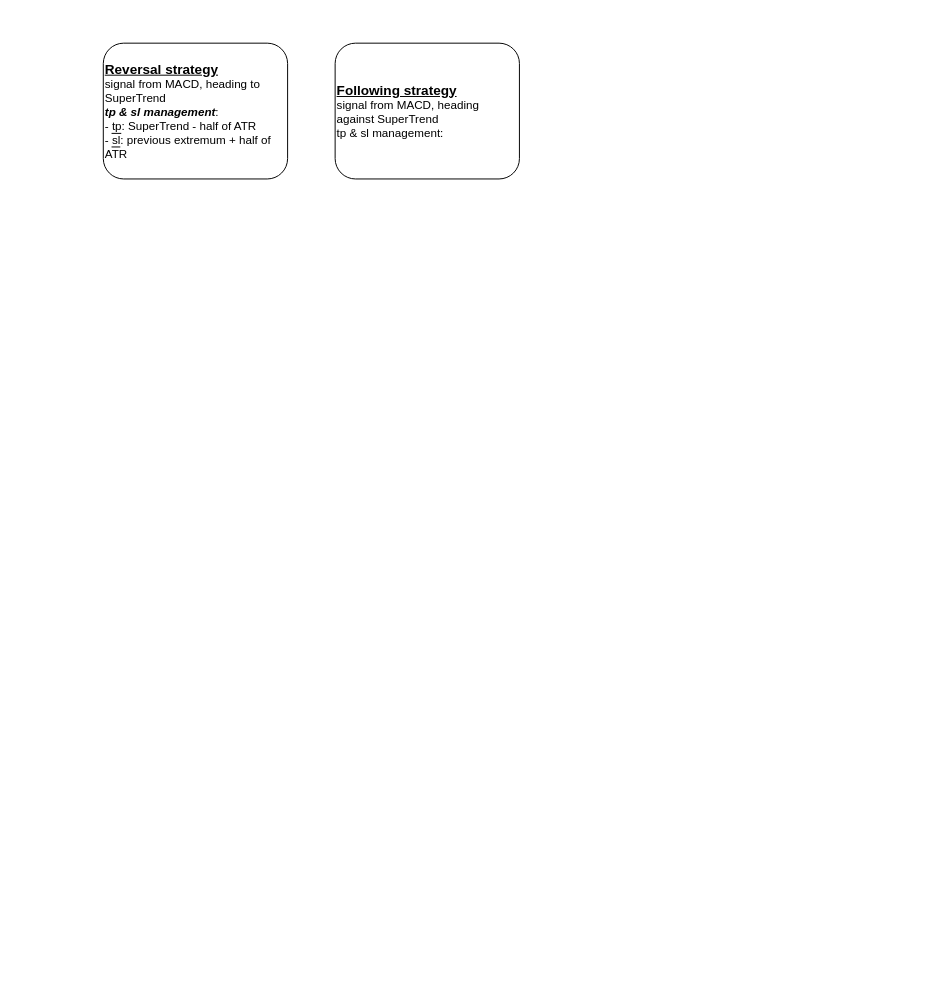
This is Untitled Diagram.drawio from Nazarka99/backtesting-visualisation, a draw.io file, before an edit. Source tidied: cells renumbered, new cells numbered last; positions are measured from the earlier drawing's top-left corner, leaving out a move shared by most shapes. Both pictures are drawn from the tidied source at 97%, with x=0, y=0 at pixel (103, 43).
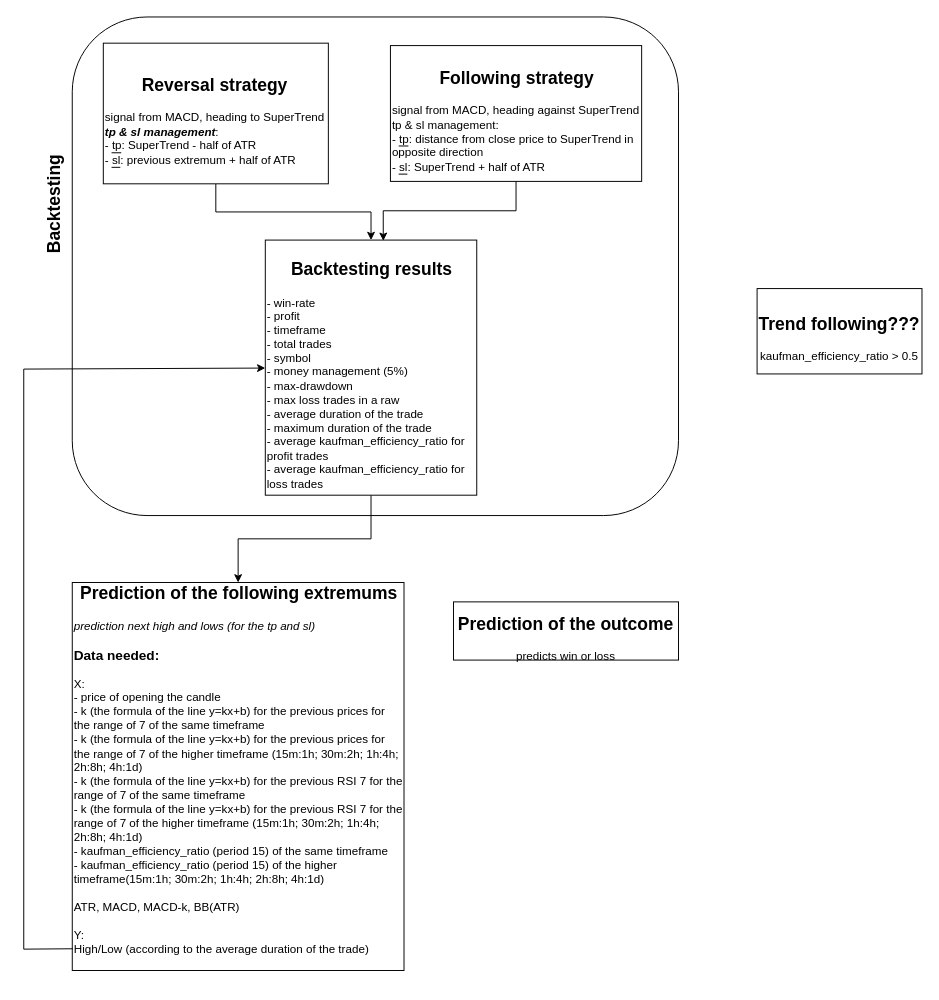
The same diagram, later.

The edit, as a diff of the source:
```diff
@@
 <mxGraphModel>
   <root>
     <mxCell id="0" />
     <mxCell id="1" parent="0" />
+    <mxCell id="4" value="&lt;h2&gt;Backtesting&lt;/h2&gt;" style="text;html=1;align=center;verticalAlign=middle;whiteSpace=wrap;rounded=0;rotation=-90;" parent="1" vertex="1">
+      <mxGeometry x="-112" y="151" width="124" height="30" as="geometry" />
+    </mxCell>
+    <mxCell id="5" value="&lt;h2 style=&quot;text-align: center;&quot;&gt;Prediction of the following extremums&lt;/h2&gt;&lt;div&gt;&lt;i&gt;prediction next high and lows (for the tp and sl)&lt;/i&gt;&lt;/div&gt;&lt;h3&gt;Data needed:&lt;/h3&gt;&lt;div&gt;X:&lt;/div&gt;&lt;div&gt;- price of opening the candle&lt;/div&gt;&lt;div&gt;- k (the formula of the line y=kx+b) for the previous prices for the range of 7 of the same timeframe&lt;/div&gt;&lt;div&gt;-&lt;span style=&quot;background-color: initial;&quot;&gt;&amp;nbsp;k (the formula of the line y=kx+b) for the previous prices for the range of 7 of the higher timeframe (15m:1h; 30m:2h; 1h:4h; 2h:8h; 4h:1d)&lt;/span&gt;&lt;/div&gt;&lt;div&gt;&lt;span style=&quot;background-color: initial;&quot;&gt;-&amp;nbsp;&lt;/span&gt;&lt;span style=&quot;background-color: initial;&quot;&gt;k (the formula of the line y=kx+b) for the previous RSI 7 for the range of 7 of the same timeframe&lt;/span&gt;&lt;/div&gt;&lt;div&gt;&lt;span style=&quot;background-color: initial;&quot;&gt;-&amp;nbsp;&lt;/span&gt;&lt;span style=&quot;background-color: initial;&quot;&gt;k (the formula of the line y=kx+b) for the previous RSI 7 for the range of 7 of the higher timeframe&amp;nbsp;&lt;/span&gt;&lt;span style=&quot;background-color: initial;&quot;&gt;(15m:1h; 30m:2h; 1h:4h; 2h:8h; 4h:1d)&lt;/span&gt;&lt;span style=&quot;background-color: initial;&quot;&gt;&lt;br&gt;&lt;/span&gt;&lt;/div&gt;&lt;div&gt;&lt;span style=&quot;background-color: initial;&quot;&gt;-&amp;nbsp;&lt;/span&gt;&lt;span style=&quot;background-color: initial;&quot;&gt;kaufman_efficiency_ratio (period 15) of the same timeframe&lt;/span&gt;&lt;/div&gt;&lt;div&gt;&lt;span style=&quot;background-color: initial;&quot;&gt;- kaufman_efficiency_ratio (period 15) of the higher timeframe&lt;/span&gt;&lt;span style=&quot;background-color: initial;&quot;&gt;(15m:1h; 30m:2h; 1h:4h; 2h:8h; 4h:1d)&lt;/span&gt;&lt;span style=&quot;background-color: initial;&quot;&gt;&lt;br&gt;&lt;/span&gt;&lt;/div&gt;&lt;div&gt;&lt;span style=&quot;background-color: initial;&quot;&gt;&lt;br&gt;&lt;/span&gt;&lt;/div&gt;&lt;div&gt;&lt;span style=&quot;background-color: initial;&quot;&gt;ATR, MACD, MACD-k, BB(ATR)&lt;/span&gt;&lt;/div&gt;&lt;div&gt;&lt;span style=&quot;background-color: initial;&quot;&gt;&lt;br&gt;&lt;/span&gt;&lt;/div&gt;&lt;div&gt;&lt;span style=&quot;background-color: initial;&quot;&gt;Y:&lt;/span&gt;&lt;/div&gt;&lt;div&gt;&lt;span style=&quot;background-color: initial;&quot;&gt;High/Low (according to the average duration of the trade)&lt;/span&gt;&lt;/div&gt;&lt;div&gt;&lt;span style=&quot;background-color: initial;&quot;&gt;&lt;br&gt;&lt;/span&gt;&lt;/div&gt;&lt;div&gt;&lt;span style=&quot;background-color: initial;&quot;&gt;&lt;br&gt;&lt;/span&gt;&lt;/div&gt;" style="rounded=0;whiteSpace=wrap;html=1;align=left;" parent="1" vertex="1">
+      <mxGeometry x="-32" y="556" width="342" height="400" as="geometry" />
+    </mxCell>
+    <mxCell id="6" value="&lt;h2&gt;Prediction of the outcome&lt;/h2&gt;&lt;div&gt;predicts win or loss&lt;/div&gt;" style="rounded=0;whiteSpace=wrap;html=1;" parent="1" vertex="1">
+      <mxGeometry x="361" y="576" width="232" height="60" as="geometry" />
+    </mxCell>
+    <mxCell id="7" value="&lt;h2&gt;Trend following???&lt;/h2&gt;&lt;div&gt;kaufman_efficiency_ratio &amp;gt; 0.5&lt;br&gt;&lt;/div&gt;" style="rounded=0;whiteSpace=wrap;html=1;" parent="1" vertex="1">
+      <mxGeometry x="674" y="253" width="170" height="88" as="geometry" />
+    </mxCell>
+    <mxCell id="8" style="rounded=1;whiteSpace=wrap;html=1;" parent="1" vertex="1">
+      <mxGeometry x="-32" y="-27" width="625" height="514" as="geometry" />
+    </mxCell>
+    <mxCell id="9" style="edgeStyle=orthogonalEdgeStyle;rounded=0;jettySize=auto;html=1;" parent="1" edge="1" source="2" target="12">
+      <mxGeometry relative="1" as="geometry" />
+    </mxCell>
-    <mxCell id="2" value="&lt;div&gt;&lt;b&gt;&lt;u&gt;&lt;font style=&quot;font-size: 14px;&quot;&gt;Reversal strategy&lt;/font&gt;&lt;/u&gt;&lt;/b&gt;&lt;div&gt;signal from MACD, heading to SuperTrend&lt;br&gt;&lt;span style=&quot;font-style: italic; font-weight: 600;&quot; class=&quot;notion-enable-hover&quot;&gt;tp &amp;amp; sl management&lt;/span&gt;:&lt;br&gt;-&amp;nbsp;&lt;span style=&quot;color: inherit; border-bottom: 0.05em solid; overflow-wrap: break-word;&quot; class=&quot;notion-enable-hover&quot;&gt;tp&lt;/span&gt;: SuperTrend - half of ATR&lt;br&gt;-&amp;nbsp;&lt;span style=&quot;color: inherit; border-bottom: 0.05em solid; overflow-wrap: break-word;&quot; class=&quot;notion-enable-hover&quot;&gt;sl&lt;/span&gt;: previous extremum + half of ATR&amp;nbsp;&lt;/div&gt;&lt;/div&gt;" style="rounded=1;whiteSpace=wrap;html=1;align=left;" parent="1" vertex="1">
-      <mxGeometry width="190" height="140" as="geometry" />
+    <mxCell id="2" value="&lt;h2 style=&quot;text-align: center;&quot;&gt;&lt;font style=&quot;font-size: 18px;&quot;&gt;Reversal strategy&lt;/font&gt;&lt;/h2&gt;&lt;div&gt;signal from MACD, heading to SuperTrend&lt;br&gt;&lt;span style=&quot;font-style: italic; font-weight: 600;&quot; class=&quot;notion-enable-hover&quot;&gt;tp &amp;amp; sl management&lt;/span&gt;:&lt;br&gt;-&amp;nbsp;&lt;span style=&quot;color: inherit; border-bottom: 0.05em solid; overflow-wrap: break-word;&quot; class=&quot;notion-enable-hover&quot;&gt;tp&lt;/span&gt;: SuperTrend - half of ATR&lt;br&gt;-&amp;nbsp;&lt;span style=&quot;color: inherit; border-bottom: 0.05em solid; overflow-wrap: break-word;&quot; class=&quot;notion-enable-hover&quot;&gt;sl&lt;/span&gt;: previous extremum + half of ATR&amp;nbsp;&lt;/div&gt;" style="rounded=0;whiteSpace=wrap;html=1;align=left;labelBackgroundColor=none;" parent="1" vertex="1">
+      <mxGeometry width="232" height="145" as="geometry" />
     </mxCell>
-    <mxCell id="3" value="&lt;b&gt;&lt;u&gt;&lt;font style=&quot;font-size: 14px;&quot;&gt;Following strategy&lt;br&gt;&lt;/font&gt;&lt;/u&gt;&lt;/b&gt;&lt;div&gt;&lt;span style=&quot;background-color: initial;&quot;&gt;signal from MACD, heading against SuperTrend&lt;br/&gt;tp &amp;amp; sl management:&lt;/span&gt;&amp;nbsp;&lt;br&gt;&lt;/div&gt;" style="rounded=1;whiteSpace=wrap;html=1;align=left;" parent="1" vertex="1">
-      <mxGeometry x="239" width="190" height="140" as="geometry" />
-    </mxCell>
+    <mxCell id="10" value="&lt;h2 style=&quot;text-align: center;&quot;&gt;&lt;span style=&quot;background-color: initial;&quot;&gt;&lt;font style=&quot;font-size: 18px;&quot;&gt;Following strategy&lt;/font&gt;&lt;/span&gt;&lt;/h2&gt;&lt;div&gt;&lt;div style=&quot;&quot;&gt;&lt;span style=&quot;background-color: initial;&quot;&gt;signal from MACD, heading against SuperTrend&lt;/span&gt;&lt;/div&gt;&lt;span style=&quot;background-color: initial;&quot;&gt;&lt;div style=&quot;&quot;&gt;&lt;span style=&quot;background-color: initial;&quot;&gt;tp &amp;amp; sl management:&lt;/span&gt;&lt;span style=&quot;background-color: initial;&quot;&gt;&amp;nbsp;&lt;/span&gt;&lt;/div&gt;&lt;div style=&quot;&quot;&gt;-&amp;nbsp;&lt;span style=&quot;color: inherit; border-bottom: 0.05em solid; overflow-wrap: break-word;&quot; class=&quot;notion-enable-hover&quot;&gt;tp&lt;/span&gt;: distance from close price to SuperTrend in opposite direction&lt;br&gt;-&amp;nbsp;&lt;span style=&quot;color: inherit; border-bottom: 0.05em solid; overflow-wrap: break-word;&quot; class=&quot;notion-enable-hover&quot;&gt;sl&lt;/span&gt;: SuperTrend + half of ATR&lt;span style=&quot;background-color: initial;&quot;&gt;&lt;br&gt;&lt;/span&gt;&lt;/div&gt;&lt;/span&gt;&lt;/div&gt;" style="rounded=0;whiteSpace=wrap;html=1;align=left;" parent="1" vertex="1">
+      <mxGeometry x="296" y="2.5" width="259" height="140" as="geometry" />
+    </mxCell>
+    <mxCell id="11" style="edgeStyle=orthogonalEdgeStyle;rounded=0;jettySize=auto;html=1;exitX=0.5;exitY=1;exitDx=0;exitDy=0;entryX=0.5;entryY=0;entryDx=0;entryDy=0;" parent="1" edge="1" source="12" target="5">
+      <mxGeometry relative="1" as="geometry" />
+    </mxCell>
+    <mxCell id="12" value="&lt;h2 style=&quot;text-align: center;&quot;&gt;Backtesting results&lt;/h2&gt;&lt;div&gt;- win-rate&lt;/div&gt;&lt;div&gt;- profit&lt;/div&gt;&lt;div&gt;- timeframe&lt;/div&gt;&lt;div&gt;- total trades&lt;/div&gt;&lt;div&gt;- symbol&lt;/div&gt;&lt;div&gt;- money management (5%)&lt;/div&gt;&lt;div&gt;- max-drawdown&lt;/div&gt;&lt;div&gt;- max loss trades in a raw&lt;/div&gt;&lt;div&gt;&lt;div&gt;- average duration of the trade&lt;/div&gt;&lt;div&gt;- maximum duration of the trade&lt;/div&gt;&lt;/div&gt;&lt;div&gt;- average&amp;nbsp;kaufman_efficiency_ratio for profit trades&lt;/div&gt;&lt;div&gt;- average&amp;nbsp;kaufman_efficiency_ratio for loss trades&lt;/div&gt;" style="rounded=0;whiteSpace=wrap;html=1;align=left;" parent="1" vertex="1">
+      <mxGeometry x="167" y="203" width="218" height="263" as="geometry" />
+    </mxCell>
+    <mxCell id="13" style="edgeStyle=orthogonalEdgeStyle;rounded=0;jettySize=auto;html=1;entryX=0.558;entryY=0.003;entryDx=0;entryDy=0;entryPerimeter=0;" parent="1" edge="1" source="10" target="12">
+      <mxGeometry relative="1" as="geometry" />
+    </mxCell>
+    <mxCell id="14" style="endArrow=classic;html=1;rounded=0;exitX=0.002;exitY=0.944;exitDx=0;exitDy=0;exitPerimeter=0;" parent="1" edge="1" source="5" target="12">
+      <mxGeometry relative="1" as="geometry">
+        <Array as="points">
+          <mxPoint x="-82" y="934" />
+          <mxPoint x="-82" y="336" />
+        </Array>
+      </mxGeometry>
+    </mxCell>
   </root>
 </mxGraphModel>
```
